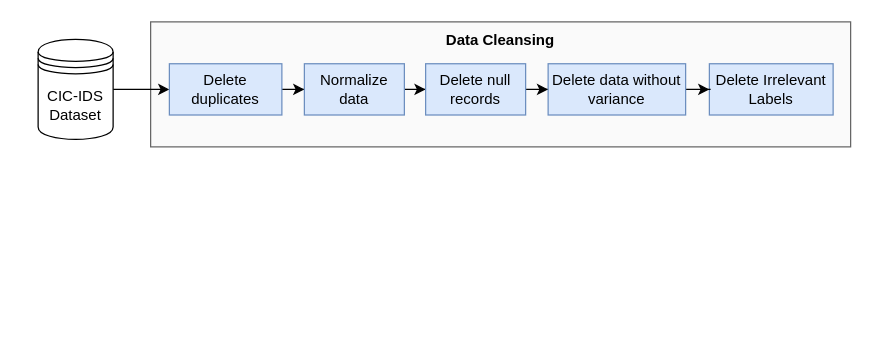
Before: IDS_Neural_Network.drawio in caprivm/thesis_msc, a draw.io diagram. Source tidied: cells renumbered, new cells numbered last; positions are measured from the earlier drawing's top-left corner, leaving out a move shared by most shapes. Both pictures are drawn from the tidied source at 125%, with x=0, y=0 at pixel (38, 21). Pictures stored in the file or linked from it are replaced by grey dashed boxes.
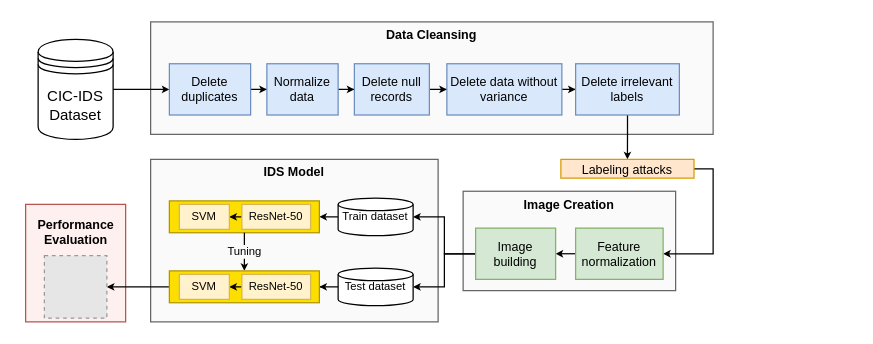
After the change.

Unchanged cells that the change refers to:
```xml
<mxCell id="4" value="CIC-IDS&lt;br&gt;Dataset" style="shape=datastore;whiteSpace=wrap;html=1;" parent="1" vertex="1">
  <mxGeometry y="14" width="60" height="80" as="geometry" />
</mxCell>
```

The edit, as a diff of the source:
```diff
@@
+    <mxCell id="15" style="rounded=0;whiteSpace=wrap;html=1;fontSize=10;strokeWidth=1;fillColor=#FFF0F0;strokeColor=#b85450;" parent="1" vertex="1">
+      <mxGeometry x="-10" y="146" width="80" height="94" as="geometry" />
+    </mxCell>
+    <mxCell id="16" style="rounded=0;whiteSpace=wrap;html=1;fillColor=#FAFAFA;strokeColor=#666666;fontColor=#333333;" parent="1" vertex="1">
+      <mxGeometry x="90" y="110" width="230" height="130" as="geometry" />
+    </mxCell>
+    <mxCell id="17" style="rounded=0;whiteSpace=wrap;html=1;fillColor=#FAFAFA;strokeColor=#666666;fontColor=#333333;" parent="1" vertex="1">
+      <mxGeometry x="340" y="135.5" width="170" height="79.5" as="geometry" />
+    </mxCell>
     <mxCell id="2" style="rounded=0;whiteSpace=wrap;html=1;fillColor=#FAFAFA;strokeColor=#666666;fontColor=#333333;" parent="1" vertex="1">
-      <mxGeometry x="90" width="560" height="100" as="geometry" />
+      <mxGeometry x="90" width="450" height="90" as="geometry" />
     </mxCell>
-    <mxCell id="3" style="edgeStyle=orthogonalEdgeStyle;rounded=0;jettySize=auto;html=1;entryX=0;entryY=0.5;entryDx=0;entryDy=0;" parent="1" edge="1" source="4" target="7">
+    <mxCell id="3" style="edgeStyle=orthogonalEdgeStyle;rounded=0;jettySize=auto;html=1;entryX=0;entryY=0.5;entryDx=0;entryDy=0;endSize=3;startSize=3;" parent="1" edge="1" source="4" target="7">
       <mxGeometry relative="1" as="geometry" />
     </mxCell>
@@
-    <mxCell id="5" value="Data Cleansing" style="text;html=1;strokeColor=none;fillColor=none;align=center;verticalAlign=middle;whiteSpace=wrap;rounded=0;fontStyle=1;" parent="1" vertex="1">
-      <mxGeometry x="300" width="140" height="30" as="geometry" />
+    <mxCell id="5" value="Data Cleansing" style="text;html=1;strokeColor=none;fillColor=none;align=center;verticalAlign=middle;whiteSpace=wrap;rounded=0;fontStyle=1;fontSize=10;" parent="1" vertex="1">
+      <mxGeometry x="245" width="140" height="20" as="geometry" />
     </mxCell>
-    <mxCell id="6" style="edgeStyle=orthogonalEdgeStyle;rounded=0;jettySize=auto;html=1;entryX=0;entryY=0.5;entryDx=0;entryDy=0;" parent="1" edge="1" source="7" target="9">
+    <mxCell id="6" style="edgeStyle=orthogonalEdgeStyle;rounded=0;jettySize=auto;html=1;entryX=0;entryY=0.5;entryDx=0;entryDy=0;endSize=3;startSize=3;" parent="1" edge="1" source="7" target="9">
       <mxGeometry relative="1" as="geometry" />
     </mxCell>
-    <mxCell id="7" value="Delete duplicates" style="rounded=0;whiteSpace=wrap;html=1;fillColor=#dae8fc;strokeColor=#6c8ebf;" parent="1" vertex="1">
-      <mxGeometry x="105" y="33.5" width="90" height="41" as="geometry" />
+    <mxCell id="7" value="Delete duplicates" style="rounded=0;whiteSpace=wrap;html=1;fillColor=#dae8fc;strokeColor=#6c8ebf;fontSize=10;" parent="1" vertex="1">
+      <mxGeometry x="105" y="33.5" width="65" height="41" as="geometry" />
     </mxCell>
-    <mxCell id="8" style="edgeStyle=orthogonalEdgeStyle;rounded=0;jettySize=auto;html=1;entryX=0;entryY=0.5;entryDx=0;entryDy=0;" parent="1" edge="1" source="9" target="11">
+    <mxCell id="8" style="edgeStyle=orthogonalEdgeStyle;rounded=0;jettySize=auto;html=1;entryX=0;entryY=0.5;entryDx=0;entryDy=0;endSize=3;startSize=3;" parent="1" edge="1" source="9" target="11">
       <mxGeometry relative="1" as="geometry" />
     </mxCell>
-    <mxCell id="9" value="Normalize data" style="rounded=0;whiteSpace=wrap;html=1;fillColor=#dae8fc;strokeColor=#6c8ebf;" parent="1" vertex="1">
-      <mxGeometry x="213" y="33.5" width="80" height="41" as="geometry" />
+    <mxCell id="9" value="Normalize data" style="rounded=0;whiteSpace=wrap;html=1;fillColor=#dae8fc;strokeColor=#6c8ebf;fontSize=10;" parent="1" vertex="1">
+      <mxGeometry x="183" y="33.5" width="57" height="41" as="geometry" />
     </mxCell>
-    <mxCell id="10" style="edgeStyle=orthogonalEdgeStyle;rounded=0;jettySize=auto;html=1;entryX=0;entryY=0.5;entryDx=0;entryDy=0;" parent="1" edge="1" source="11" target="14">
+    <mxCell id="10" style="edgeStyle=orthogonalEdgeStyle;rounded=0;jettySize=auto;html=1;entryX=0;entryY=0.5;entryDx=0;entryDy=0;endSize=3;startSize=3;" parent="1" edge="1" source="11" target="14">
       <mxGeometry relative="1" as="geometry" />
     </mxCell>
-    <mxCell id="11" value="Delete null records" style="rounded=0;whiteSpace=wrap;html=1;fillColor=#dae8fc;strokeColor=#6c8ebf;" parent="1" vertex="1">
-      <mxGeometry x="310" y="33.5" width="80" height="41" as="geometry" />
+    <mxCell id="11" value="Delete null records" style="rounded=0;whiteSpace=wrap;html=1;fillColor=#dae8fc;strokeColor=#6c8ebf;fontSize=10;" parent="1" vertex="1">
+      <mxGeometry x="253" y="33.5" width="60" height="41" as="geometry" />
     </mxCell>
-    <mxCell id="12" value="Delete Irrelevant Labels" style="rounded=0;whiteSpace=wrap;html=1;fillColor=#dae8fc;strokeColor=#6c8ebf;" parent="1" vertex="1">
-      <mxGeometry x="537" y="33.5" width="99" height="41" as="geometry" />
-    </mxCell>
+    <mxCell id="18" style="edgeStyle=orthogonalEdgeStyle;rounded=0;jettySize=auto;html=1;entryX=0.5;entryY=0;entryDx=0;entryDy=0;labelBackgroundColor=#FAFAFA;fontSize=10;startSize=3;endSize=3;" parent="1" edge="1" source="12" target="20">
+      <mxGeometry relative="1" as="geometry" />
+    </mxCell>
-    <mxCell id="13" style="edgeStyle=orthogonalEdgeStyle;rounded=0;jettySize=auto;html=1;" parent="1" edge="1" source="14" target="12">
+    <mxCell id="13" style="edgeStyle=orthogonalEdgeStyle;rounded=0;jettySize=auto;html=1;entryX=0;entryY=0.5;entryDx=0;entryDy=0;labelBackgroundColor=#FAFAFA;fontSize=10;startSize=3;endSize=3;" parent="1" edge="1" source="14" target="12">
       <mxGeometry relative="1" as="geometry" />
     </mxCell>
-    <mxCell id="14" value="Delete data without variance" style="rounded=0;whiteSpace=wrap;html=1;fillColor=#dae8fc;strokeColor=#6c8ebf;" parent="1" vertex="1">
-      <mxGeometry x="408" y="33.5" width="110" height="41" as="geometry" />
+    <mxCell id="14" value="Delete data without variance" style="rounded=0;whiteSpace=wrap;html=1;fillColor=#dae8fc;strokeColor=#6c8ebf;fontSize=10;" parent="1" vertex="1">
+      <mxGeometry x="327" y="33.5" width="92" height="41" as="geometry" />
     </mxCell>
+    <mxCell id="19" style="edgeStyle=orthogonalEdgeStyle;rounded=0;jettySize=auto;html=1;entryX=1;entryY=0.5;entryDx=0;entryDy=0;labelBackgroundColor=#FAFAFA;fontSize=10;startSize=3;endSize=3;exitX=1;exitY=0.5;exitDx=0;exitDy=0;" parent="1" edge="1" source="20" target="23">
+      <mxGeometry relative="1" as="geometry">
+        <Array as="points">
+          <mxPoint x="540" y="118" />
+          <mxPoint x="540" y="186" />
+        </Array>
+      </mxGeometry>
+    </mxCell>
+    <mxCell id="20" value="Labeling attacks" style="rounded=0;whiteSpace=wrap;html=1;fillColor=#ffe6cc;strokeColor=#d79b00;fontSize=10;" parent="1" vertex="1">
+      <mxGeometry x="418.2" y="110" width="106.5" height="15" as="geometry" />
+    </mxCell>
+    <mxCell id="21" value="Image Creation" style="text;html=1;strokeColor=none;fillColor=none;align=center;verticalAlign=middle;whiteSpace=wrap;rounded=0;fontStyle=1;fontSize=10;" parent="1" vertex="1">
+      <mxGeometry x="355" y="135.5" width="140" height="20" as="geometry" />
+    </mxCell>
+    <mxCell id="22" style="edgeStyle=orthogonalEdgeStyle;rounded=0;jettySize=auto;html=1;exitX=0;exitY=0.5;exitDx=0;exitDy=0;entryX=1;entryY=0.5;entryDx=0;entryDy=0;fontSize=11;endSize=3;startSize=3;" parent="1" edge="1" source="23" target="26">
+      <mxGeometry relative="1" as="geometry" />
+    </mxCell>
+    <mxCell id="23" value="Feature normalization" style="rounded=0;whiteSpace=wrap;html=1;fillColor=#d5e8d4;strokeColor=#82b366;fontSize=10;" parent="1" vertex="1">
+      <mxGeometry x="430" y="165" width="70" height="41" as="geometry" />
+    </mxCell>
+    <mxCell id="24" style="edgeStyle=orthogonalEdgeStyle;rounded=0;jettySize=auto;html=1;entryX=1;entryY=0.5;entryDx=0;entryDy=0;entryPerimeter=0;fontSize=9;endSize=3;startSize=3;" parent="1" edge="1" source="26" target="29">
+      <mxGeometry relative="1" as="geometry" />
+    </mxCell>
+    <mxCell id="25" style="edgeStyle=orthogonalEdgeStyle;rounded=0;jettySize=auto;html=1;fontSize=9;endSize=3;startSize=3;" parent="1" edge="1" source="26" target="31">
+      <mxGeometry relative="1" as="geometry" />
+    </mxCell>
+    <mxCell id="26" value="Image building" style="rounded=0;whiteSpace=wrap;html=1;fillColor=#d5e8d4;strokeColor=#82b366;fontSize=10;" parent="1" vertex="1">
+      <mxGeometry x="350" y="165" width="64" height="41" as="geometry" />
+    </mxCell>
+    <mxCell id="27" value="IDS Model" style="text;html=1;strokeColor=none;fillColor=none;align=center;verticalAlign=middle;whiteSpace=wrap;rounded=0;fontStyle=1;fontSize=10;" parent="1" vertex="1">
+      <mxGeometry x="135" y="110" width="140" height="20" as="geometry" />
+    </mxCell>
+    <mxCell id="28" style="edgeStyle=orthogonalEdgeStyle;rounded=0;jettySize=auto;html=1;exitX=0;exitY=0.5;exitDx=0;exitDy=0;exitPerimeter=0;entryX=1;entryY=0.5;entryDx=0;entryDy=0;fontSize=11;startSize=3;endSize=3;" parent="1" edge="1" source="29" target="32">
+      <mxGeometry relative="1" as="geometry" />
+    </mxCell>
+    <mxCell id="29" value="Train dataset" style="strokeWidth=1;html=1;shape=mxgraph.flowchart.database;whiteSpace=wrap;fontSize=9;fillColor=#FFFFFF;" parent="1" vertex="1">
+      <mxGeometry x="240" y="141" width="60" height="30" as="geometry" />
+    </mxCell>
+    <mxCell id="30" style="edgeStyle=orthogonalEdgeStyle;rounded=0;jettySize=auto;html=1;entryX=1;entryY=0.5;entryDx=0;entryDy=0;fontSize=9;startSize=3;endSize=3;" parent="1" edge="1" source="31" target="38">
+      <mxGeometry relative="1" as="geometry" />
+    </mxCell>
+    <mxCell id="31" value="Test dataset" style="strokeWidth=1;html=1;shape=mxgraph.flowchart.database;whiteSpace=wrap;fontSize=9;fillColor=#FFFFFF;" parent="1" vertex="1">
+      <mxGeometry x="240" y="197" width="60" height="30" as="geometry" />
+    </mxCell>
+    <mxCell id="32" style="rounded=0;whiteSpace=wrap;html=1;fontSize=11;strokeWidth=1;fillColor=#FCDE00;strokeColor=#B09500;fontColor=#000000;" parent="1" vertex="1">
+      <mxGeometry x="105" y="143.2" width="120" height="25.5" as="geometry" />
+    </mxCell>
+    <mxCell id="33" style="edgeStyle=orthogonalEdgeStyle;rounded=0;jettySize=auto;html=1;exitX=0;exitY=0.5;exitDx=0;exitDy=0;entryX=1;entryY=0.5;entryDx=0;entryDy=0;fontSize=11;endSize=3;" parent="1" edge="1" source="34" target="35">
+      <mxGeometry relative="1" as="geometry" />
+    </mxCell>
+    <mxCell id="34" value="ResNet-50" style="rounded=0;whiteSpace=wrap;html=1;fontSize=9;strokeWidth=1;fillColor=#fff2cc;strokeColor=#d6b656;" parent="1" vertex="1">
+      <mxGeometry x="163" y="146" width="55" height="20" as="geometry" />
+    </mxCell>
+    <mxCell id="35" value="SVM" style="rounded=0;whiteSpace=wrap;html=1;fontSize=9;strokeWidth=1;fillColor=#fff2cc;strokeColor=#d6b656;" parent="1" vertex="1">
+      <mxGeometry x="113" y="146" width="40" height="20" as="geometry" />
+    </mxCell>
+    <mxCell id="36" value="Tuning" style="edgeStyle=orthogonalEdgeStyle;rounded=0;jettySize=auto;html=1;entryX=0.5;entryY=0;entryDx=0;entryDy=0;fontSize=9;startSize=3;endSize=3;exitX=0.5;exitY=1;exitDx=0;exitDy=0;labelBackgroundColor=#FAFAFA;" parent="1" edge="1" source="32" target="38">
+      <mxGeometry relative="1" as="geometry" />
+    </mxCell>
+    <mxCell id="37" style="edgeStyle=orthogonalEdgeStyle;rounded=0;jettySize=auto;html=1;entryX=1;entryY=0.5;entryDx=0;entryDy=0;labelBackgroundColor=#FAFAFA;fontSize=10;startSize=3;endSize=3;" parent="1" edge="1" source="38" target="42">
+      <mxGeometry relative="1" as="geometry" />
+    </mxCell>
+    <mxCell id="38" style="rounded=0;whiteSpace=wrap;html=1;fontSize=11;strokeWidth=1;fillColor=#FCDE00;strokeColor=#B09500;fontColor=#000000;" parent="1" vertex="1">
+      <mxGeometry x="105" y="199.2" width="120" height="25.5" as="geometry" />
+    </mxCell>
+    <mxCell id="39" style="edgeStyle=orthogonalEdgeStyle;rounded=0;jettySize=auto;html=1;exitX=0;exitY=0.5;exitDx=0;exitDy=0;entryX=1;entryY=0.5;entryDx=0;entryDy=0;fontSize=11;endSize=3;" parent="1" edge="1" source="40" target="41">
+      <mxGeometry relative="1" as="geometry" />
+    </mxCell>
+    <mxCell id="40" value="ResNet-50" style="rounded=0;whiteSpace=wrap;html=1;fontSize=9;strokeWidth=1;fillColor=#fff2cc;strokeColor=#d6b656;" parent="1" vertex="1">
+      <mxGeometry x="163" y="202" width="55" height="20" as="geometry" />
+    </mxCell>
+    <mxCell id="41" value="SVM" style="rounded=0;whiteSpace=wrap;html=1;fontSize=9;strokeWidth=1;fillColor=#fff2cc;strokeColor=#d6b656;" parent="1" vertex="1">
+      <mxGeometry x="113" y="202" width="40" height="20" as="geometry" />
+    </mxCell>
+    <mxCell id="12" value="Delete irrelevant labels" style="rounded=0;whiteSpace=wrap;html=1;fillColor=#dae8fc;strokeColor=#6c8ebf;fontSize=10;" parent="1" vertex="1">
+      <mxGeometry x="430" y="33.5" width="83" height="41" as="geometry" />
+    </mxCell>
+    <mxCell id="42" style="fillColor=#E6E6E6;strokeColor=#999999;dashed=1;html=1;verticalAlign=top;verticalLabelPosition=bottom;labelBackgroundColor=#ffffff;fontSize=10;" parent="1" vertex="1">
+      <mxGeometry x="5" y="187" width="50" height="50" as="geometry" />
+    </mxCell>
+    <mxCell id="43" value="Performance Evaluation" style="text;html=1;strokeColor=none;fillColor=none;align=center;verticalAlign=middle;whiteSpace=wrap;rounded=0;fontStyle=1;fontSize=10;" parent="1" vertex="1">
+      <mxGeometry x="-13.5" y="155.5" width="87" height="24.5" as="geometry" />
+    </mxCell>
```
